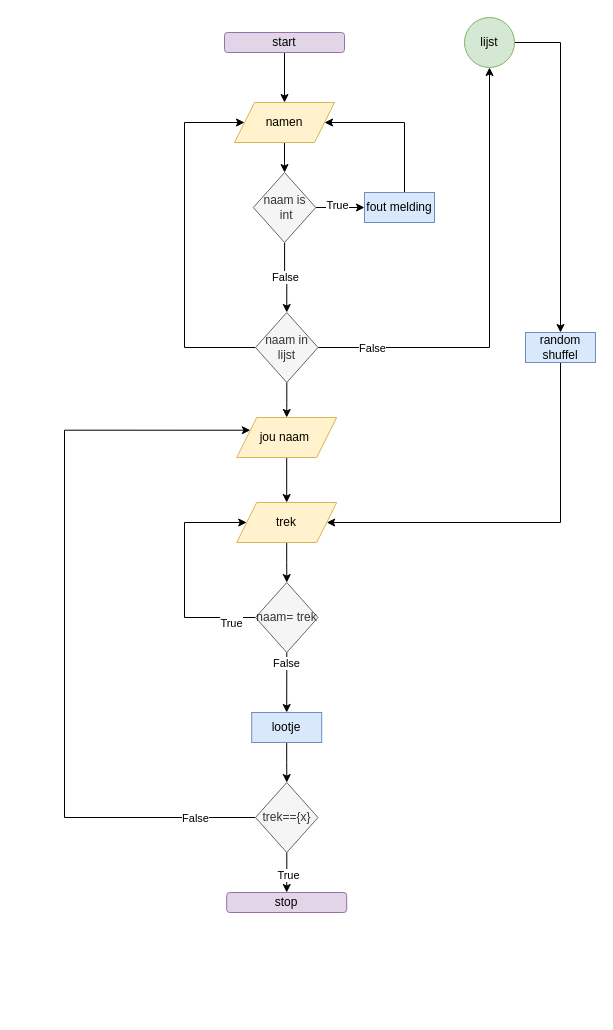
Before: module_3/Diagram zonder titel.drawio in RuoFeng207/leren_programmeren, a draw.io diagram. Source tidied: cells renumbered, new cells numbered last; positions are measured from the earlier drawing's top-left corner, leaving out a move shared by most shapes. Both pictures are drawn from the tidied source at 100%, with x=0, y=0 at pixel (64, 17).
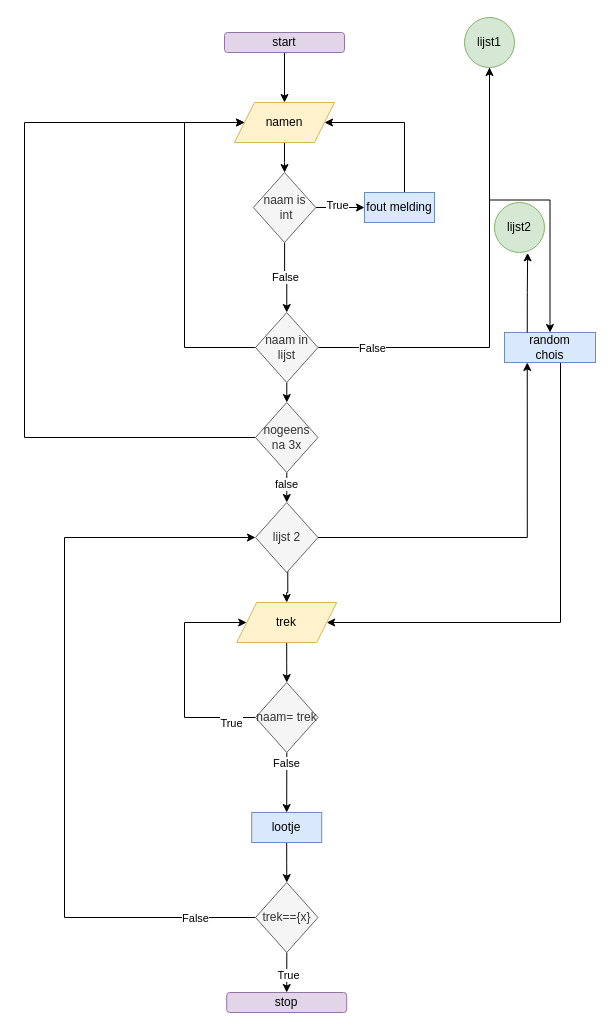
After the change.

Unchanged cells that the change refers to:
```xml
<mxCell id="10" value="naam in lijst" style="rhombus;whiteSpace=wrap;html=1;fillColor=#f5f5f5;fontColor=#333333;strokeColor=#666666;" parent="1" vertex="1">
  <mxGeometry x="191" y="295" width="62.5" height="70" as="geometry" />
</mxCell>
```

Change to the diagram source:
```diff
@@
-    <mxCell id="9" style="edgeStyle=orthogonalEdgeStyle;rounded=0;jettySize=auto;html=1;" parent="1" edge="1" source="10" target="23">
+    <mxCell id="9" style="edgeStyle=orthogonalEdgeStyle;rounded=0;jettySize=auto;html=1;entryX=0.5;entryY=0;entryDx=0;entryDy=0;" parent="1" edge="1" source="10" target="46">
       <mxGeometry relative="1" as="geometry" />
     </mxCell>
@@
-    <mxCell id="19" value="lijst" style="ellipse;whiteSpace=wrap;html=1;fillColor=#d5e8d4;strokeColor=#82b366;" parent="1" vertex="1">
+    <mxCell id="19" value="lijst1" style="ellipse;whiteSpace=wrap;html=1;fillColor=#d5e8d4;strokeColor=#82b366;" parent="1" vertex="1">
       <mxGeometry x="400" width="50" height="50" as="geometry" />
     </mxCell>
     <mxCell id="20" style="edgeStyle=orthogonalEdgeStyle;rounded=0;jettySize=auto;html=1;entryX=1;entryY=0.5;entryDx=0;entryDy=0;" parent="1" edge="1" source="21" target="30">
       <mxGeometry relative="1" as="geometry">
         <Array as="points">
-          <mxPoint x="496" y="505" />
+          <mxPoint x="496" y="605" />
         </Array>
       </mxGeometry>
     </mxCell>
-    <mxCell id="21" value="random&lt;div&gt;shuffel&lt;/div&gt;" style="rounded=0;whiteSpace=wrap;html=1;fillColor=#dae8fc;strokeColor=#6c8ebf;" parent="1" vertex="1">
-      <mxGeometry x="461" y="315" width="70" height="30" as="geometry" />
+    <mxCell id="21" value="random&lt;div&gt;chois&lt;/div&gt;" style="rounded=0;whiteSpace=wrap;html=1;fillColor=#dae8fc;strokeColor=#6c8ebf;" parent="1" vertex="1">
+      <mxGeometry x="440" y="315" width="91" height="30" as="geometry" />
     </mxCell>
-    <mxCell id="22" style="edgeStyle=orthogonalEdgeStyle;rounded=0;jettySize=auto;html=1;" parent="1" edge="1" source="23" target="30">
+    <mxCell id="22" style="edgeStyle=orthogonalEdgeStyle;rounded=0;jettySize=auto;html=1;exitX=0.516;exitY=0.903;exitDx=0;exitDy=0;exitPerimeter=0;" parent="1" edge="1" source="39" target="30">
       <mxGeometry relative="1" as="geometry" />
     </mxCell>
-    <mxCell id="23" value="jou naam&amp;nbsp;" style="shape=parallelogram;perimeter=parallelogramPerimeter;whiteSpace=wrap;html=1;fixedSize=1;fillColor=#fff2cc;strokeColor=#d6b656;" parent="1" vertex="1">
-      <mxGeometry x="172.2" y="400" width="100" height="40" as="geometry" />
-    </mxCell>
     <mxCell id="24" style="edgeStyle=orthogonalEdgeStyle;rounded=0;jettySize=auto;html=1;entryX=0;entryY=0.5;entryDx=0;entryDy=0;" parent="1" edge="1" source="28" target="30">
       <mxGeometry relative="1" as="geometry">
         <Array as="points">
-          <mxPoint x="120" y="600" />
-          <mxPoint x="120" y="505" />
+          <mxPoint x="120" y="700" />
+          <mxPoint x="120" y="605" />
         </Array>
       </mxGeometry>
     </mxCell>
@@
     <mxCell id="26" style="edgeStyle=orthogonalEdgeStyle;rounded=0;jettySize=auto;html=1;entryX=0.5;entryY=0;entryDx=0;entryDy=0;" parent="1" edge="1" source="28" target="34">
       <mxGeometry relative="1" as="geometry">
         <Array as="points">
-          <mxPoint x="222" y="645" />
-          <mxPoint x="222" y="645" />
+          <mxPoint x="222" y="745" />
+          <mxPoint x="222" y="745" />
         </Array>
       </mxGeometry>
     </mxCell>
@@
     <mxCell id="28" value="naam= trek" style="rhombus;whiteSpace=wrap;html=1;fillColor=#f5f5f5;fontColor=#333333;strokeColor=#666666;" parent="1" vertex="1">
-      <mxGeometry x="191" y="565" width="62.5" height="70" as="geometry" />
+      <mxGeometry x="191" y="665" width="62.5" height="70" as="geometry" />
     </mxCell>
@@
     <mxCell id="30" value="trek" style="shape=parallelogram;perimeter=parallelogramPerimeter;whiteSpace=wrap;html=1;fixedSize=1;fillColor=#fff2cc;strokeColor=#d6b656;" parent="1" vertex="1">
-      <mxGeometry x="172.2" y="485" width="100" height="40" as="geometry" />
+      <mxGeometry x="172.2" y="585" width="100" height="40" as="geometry" />
     </mxCell>
-    <mxCell id="31" style="edgeStyle=orthogonalEdgeStyle;rounded=0;jettySize=auto;html=1;entryX=0;entryY=0.25;entryDx=0;entryDy=0;exitX=0;exitY=0.5;exitDx=0;exitDy=0;" parent="1" edge="1" source="37" target="23">
+    <mxCell id="31" style="edgeStyle=orthogonalEdgeStyle;rounded=0;jettySize=auto;html=1;entryX=0;entryY=0.5;entryDx=0;entryDy=0;exitX=0;exitY=0.5;exitDx=0;exitDy=0;" parent="1" edge="1" source="37" target="39">
       <mxGeometry relative="1" as="geometry">
         <Array as="points">
-          <mxPoint y="800" />
-          <mxPoint y="413" />
+          <mxPoint y="900" />
+          <mxPoint y="520" />
         </Array>
       </mxGeometry>
     </mxCell>
@@
     <mxCell id="34" value="lootje" style="rounded=0;whiteSpace=wrap;html=1;fillColor=#dae8fc;strokeColor=#6c8ebf;" parent="1" vertex="1">
-      <mxGeometry x="187.2" y="695" width="70" height="30" as="geometry" />
+      <mxGeometry x="187.2" y="795" width="70" height="30" as="geometry" />
     </mxCell>
@@
     <mxCell id="37" value="trek=={x}" style="rhombus;whiteSpace=wrap;html=1;fillColor=#f5f5f5;fontColor=#333333;strokeColor=#666666;" parent="1" vertex="1">
-      <mxGeometry x="191" y="765" width="62.5" height="70" as="geometry" />
+      <mxGeometry x="191" y="865" width="62.5" height="70" as="geometry" />
     </mxCell>
     <mxCell id="38" value="stop" style="rounded=1;whiteSpace=wrap;html=1;fillColor=#e1d5e7;strokeColor=#9673a6;" parent="1" vertex="1">
-      <mxGeometry x="162.2" y="875" width="120" height="20" as="geometry" />
+      <mxGeometry x="162.2" y="975" width="120" height="20" as="geometry" />
     </mxCell>
+    <mxCell id="39" value="lijst 2" style="rhombus;whiteSpace=wrap;html=1;fillColor=#f5f5f5;fontColor=#333333;strokeColor=#666666;" parent="1" vertex="1">
+      <mxGeometry x="191" y="485" width="62.5" height="70" as="geometry" />
+    </mxCell>
+    <mxCell id="40" value="lijst2" style="ellipse;whiteSpace=wrap;html=1;fillColor=#d5e8d4;strokeColor=#82b366;" parent="1" vertex="1">
+      <mxGeometry x="430" y="185" width="50" height="50" as="geometry" />
+    </mxCell>
+    <mxCell id="41" style="edgeStyle=orthogonalEdgeStyle;rounded=0;jettySize=auto;html=1;entryX=0.25;entryY=1;entryDx=0;entryDy=0;" parent="1" edge="1" source="39" target="21">
+      <mxGeometry relative="1" as="geometry" />
+    </mxCell>
+    <mxCell id="42" style="edgeStyle=orthogonalEdgeStyle;rounded=0;jettySize=auto;html=1;exitX=0.25;exitY=0;exitDx=0;exitDy=0;entryX=0.663;entryY=1.007;entryDx=0;entryDy=0;entryPerimeter=0;" parent="1" edge="1" source="21" target="40">
+      <mxGeometry relative="1" as="geometry" />
+    </mxCell>
+    <mxCell id="43" style="edgeStyle=orthogonalEdgeStyle;rounded=0;jettySize=auto;html=1;entryX=0.5;entryY=0;entryDx=0;entryDy=0;" parent="1" edge="1" source="46" target="39">
+      <mxGeometry relative="1" as="geometry" />
+    </mxCell>
+    <mxCell id="44" value="false" style="edgeLabel;html=1;align=center;verticalAlign=middle;" parent="43" vertex="1">
+      <mxGeometry x="-0.19" y="-1" relative="1" as="geometry" />
+    </mxCell>
+    <mxCell id="45" style="edgeStyle=orthogonalEdgeStyle;rounded=0;jettySize=auto;html=1;" parent="1" edge="1" source="46">
+      <mxGeometry relative="1" as="geometry">
+        <mxPoint x="180" y="105" as="targetPoint" />
+        <Array as="points">
+          <mxPoint x="-40" y="420" />
+          <mxPoint x="-40" y="105" />
+        </Array>
+      </mxGeometry>
+    </mxCell>
+    <mxCell id="46" value="nogeens&lt;div&gt;na 3x&lt;/div&gt;" style="rhombus;whiteSpace=wrap;html=1;fillColor=#f5f5f5;fontColor=#333333;strokeColor=#666666;" parent="1" vertex="1">
+      <mxGeometry x="191" y="385" width="62.5" height="70" as="geometry" />
+    </mxCell>
```
